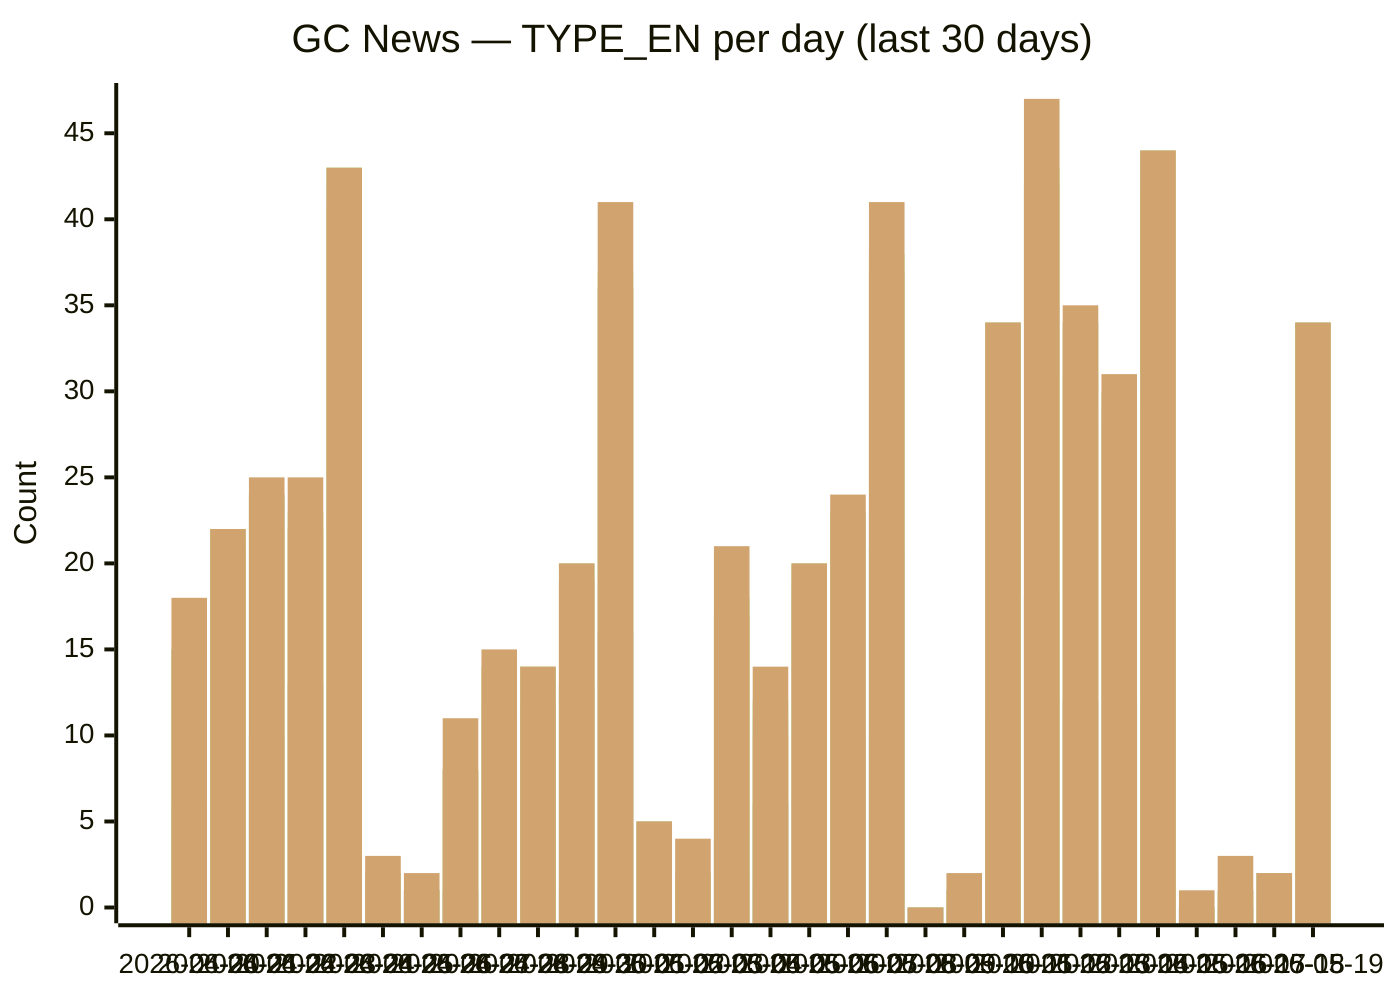
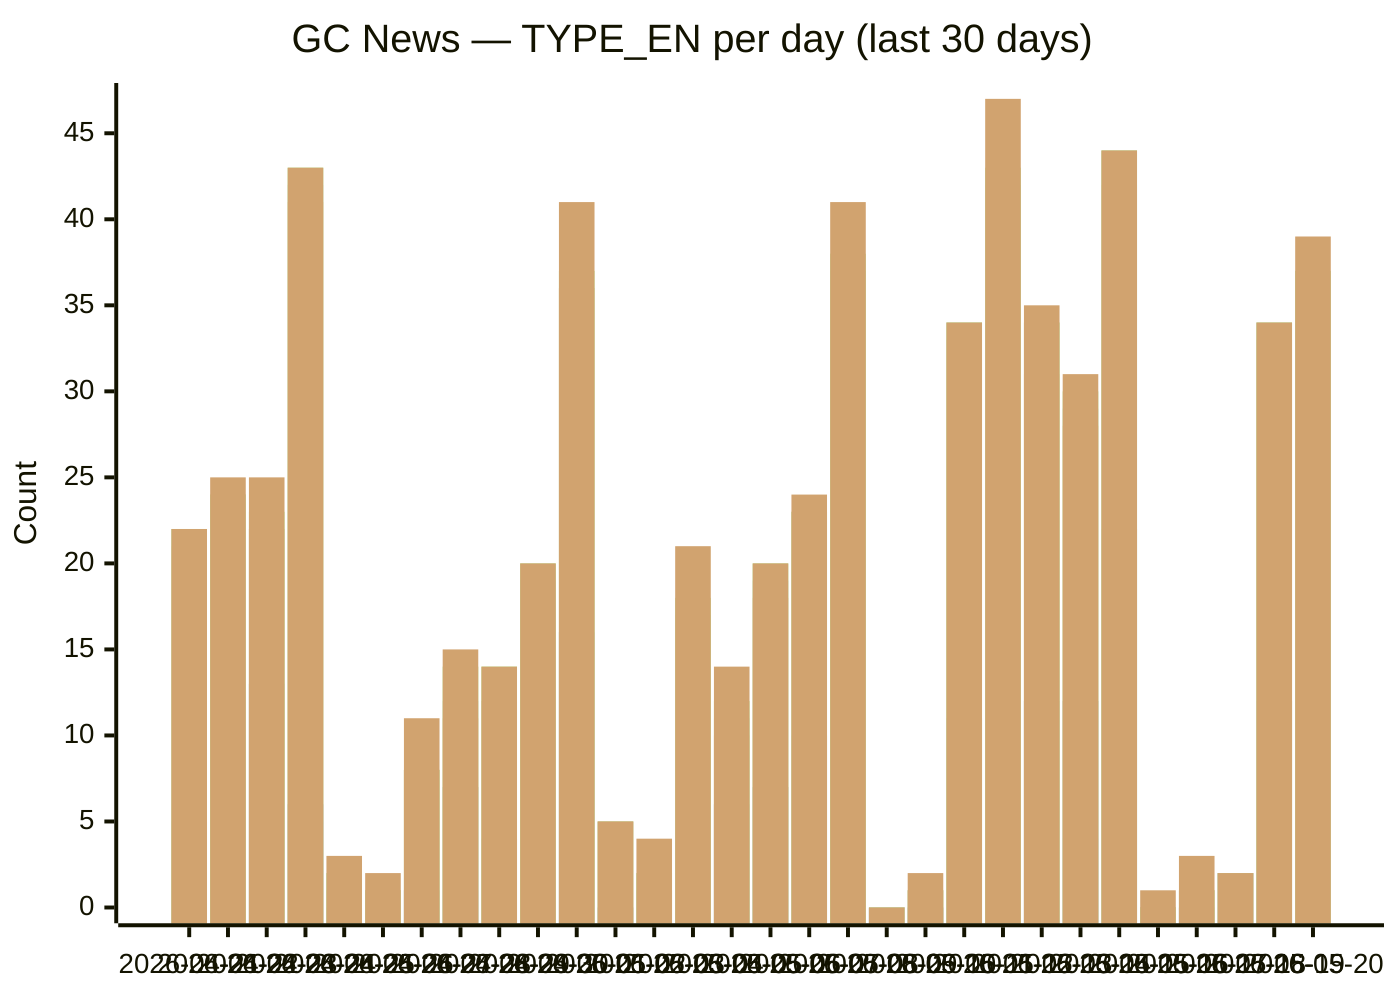
xychart-beta
  title "GC News — TYPE_EN per day (last 30 days)"
-   x-axis [2026-04-20, 2026-04-21, 2026-04-22, 2026-04-23, 2026-04-24, 2026-04-25, 2026-04-26, 2026-04-27, 2026-04-28, 2026-04-29, 2026-04-30, 2026-05-01, 2026-05-02, 2026-05-03, 2026-05-04, 2026-05-05, 2026-05-06, 2026-05-07, 2026-05-08, 2026-05-09, 2026-05-10, 2026-05-11, 2026-05-12, 2026-05-13, 2026-05-14, 2026-05-15, 2026-05-16, 2026-05-17, 2026-05-18, 2026-05-19]
+   x-axis [2026-04-21, 2026-04-22, 2026-04-23, 2026-04-24, 2026-04-25, 2026-04-26, 2026-04-27, 2026-04-28, 2026-04-29, 2026-04-30, 2026-05-01, 2026-05-02, 2026-05-03, 2026-05-04, 2026-05-05, 2026-05-06, 2026-05-07, 2026-05-08, 2026-05-09, 2026-05-10, 2026-05-11, 2026-05-12, 2026-05-13, 2026-05-14, 2026-05-15, 2026-05-16, 2026-05-17, 2026-05-18, 2026-05-19, 2026-05-20]
  y-axis "Count" 0 --> 47
-   bar backgrounders [3, 1, 2, 1, 5, 0, 0, 1, 1, 0, 1, 1, 0, 0, 2, 1, 2, 0, 5, 0, 0, 2, 6, 2, 4, 5, 0, 0, 0, 1]
-   bar "media advisories" [6, 5, 10, 13, 6, 0, 1, 1, 7, 4, 13, 16, 0, 1, 4, 6, 7, 10, 21, 0, 0, 11, 18, 12, 12, 22, 0, 0, 2, 12]
-   bar "news releases" [15, 21, 24, 22, 41, 1, 1, 8, 11, 12, 19, 36, 5, 2, 17, 10, 18, 23, 37, 0, 1, 33, 42, 31, 28, 42, 0, 1, 2, 33]
-   bar readouts [15, 22, 24, 22, 42, 2, 1, 8, 12, 12, 19, 36, 5, 2, 17, 11, 19, 23, 37, 0, 1, 34, 42, 34, 29, 44, 0, 1, 2, 34]
-   bar speeches [15, 22, 24, 23, 43, 2, 1, 8, 14, 14, 20, 37, 5, 2, 18, 12, 20, 23, 38, 0, 1, 34, 43, 34, 30, 44, 0, 1, 2, 34]
-   bar statements [18, 22, 25, 25, 43, 3, 2, 11, 15, 14, 20, 41, 5, 4, 21, 14, 20, 24, 41, 0, 2, 34, 47, 35, 31, 44, 1, 3, 2, 34]
+   bar backgrounders [1, 2, 1, 5, 0, 0, 1, 1, 0, 1, 1, 0, 0, 2, 1, 2, 0, 5, 0, 0, 2, 6, 2, 4, 5, 0, 0, 0, 1, 1]
+   bar "media advisories" [5, 10, 13, 6, 0, 1, 1, 7, 4, 13, 16, 0, 1, 4, 6, 7, 10, 21, 0, 0, 11, 18, 12, 12, 22, 0, 0, 2, 12, 16]
+   bar "news releases" [21, 24, 22, 41, 1, 1, 8, 11, 12, 19, 36, 5, 2, 17, 10, 18, 23, 37, 0, 1, 33, 42, 31, 28, 42, 0, 1, 2, 33, 37]
+   bar readouts [22, 24, 22, 42, 2, 1, 8, 12, 12, 19, 36, 5, 2, 17, 11, 19, 23, 37, 0, 1, 34, 42, 34, 29, 44, 0, 1, 2, 34, 37]
+   bar speeches [22, 24, 23, 43, 2, 1, 8, 14, 14, 20, 37, 5, 2, 18, 12, 20, 23, 38, 0, 1, 34, 43, 34, 30, 44, 0, 1, 2, 34, 37]
+   bar statements [22, 25, 25, 43, 3, 2, 11, 15, 14, 20, 41, 5, 4, 21, 14, 20, 24, 41, 0, 2, 34, 47, 35, 31, 44, 1, 3, 2, 34, 39]
